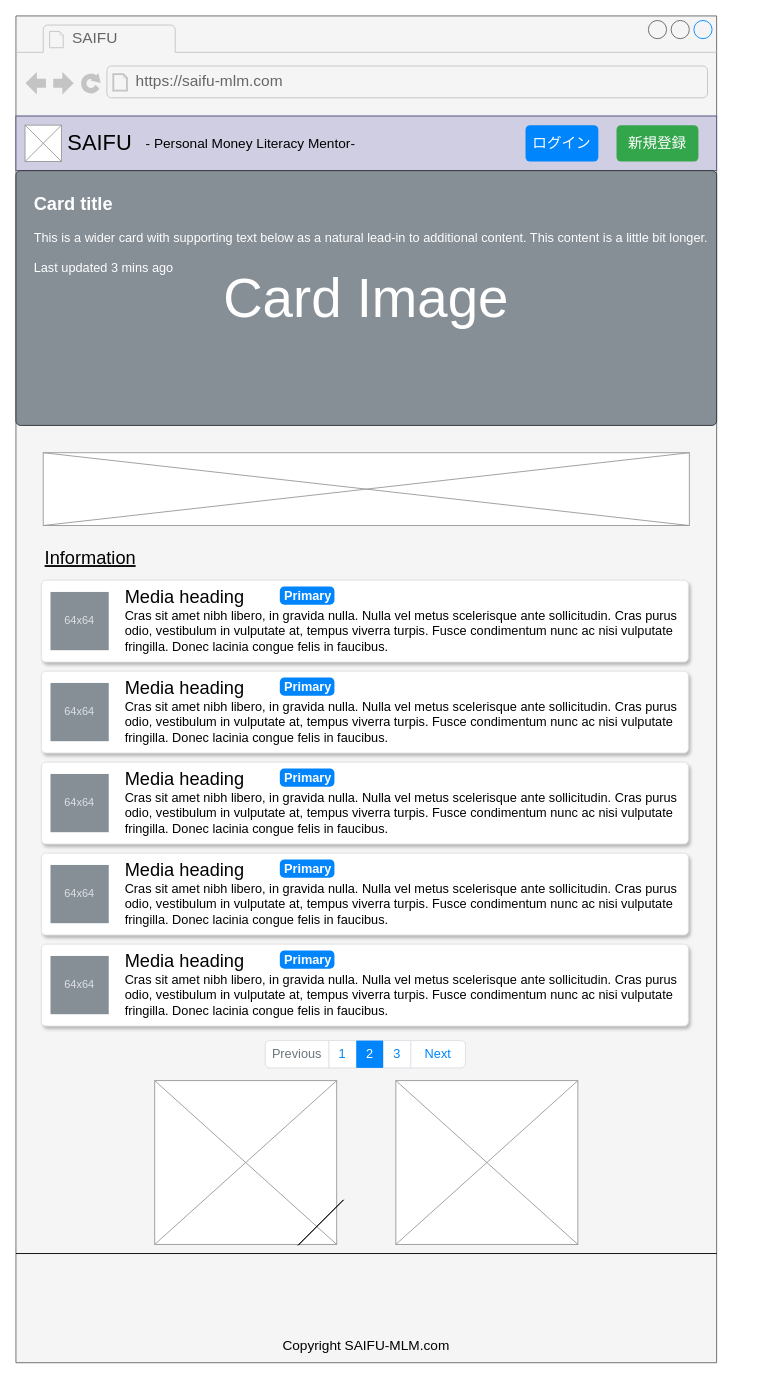
The draw.io diagram page "LandingPage" (5 of 12) of documents/SaifuDesign.drawio in JojiKoike/saifu, before the edit. Source tidied: cells renumbered, new cells numbered last; positions are measured from the earlier drawing's top-left corner, leaving out a move shared by most shapes. Both pictures are drawn from the tidied source at 91%, with x=0, y=0 at pixel (15, 15).
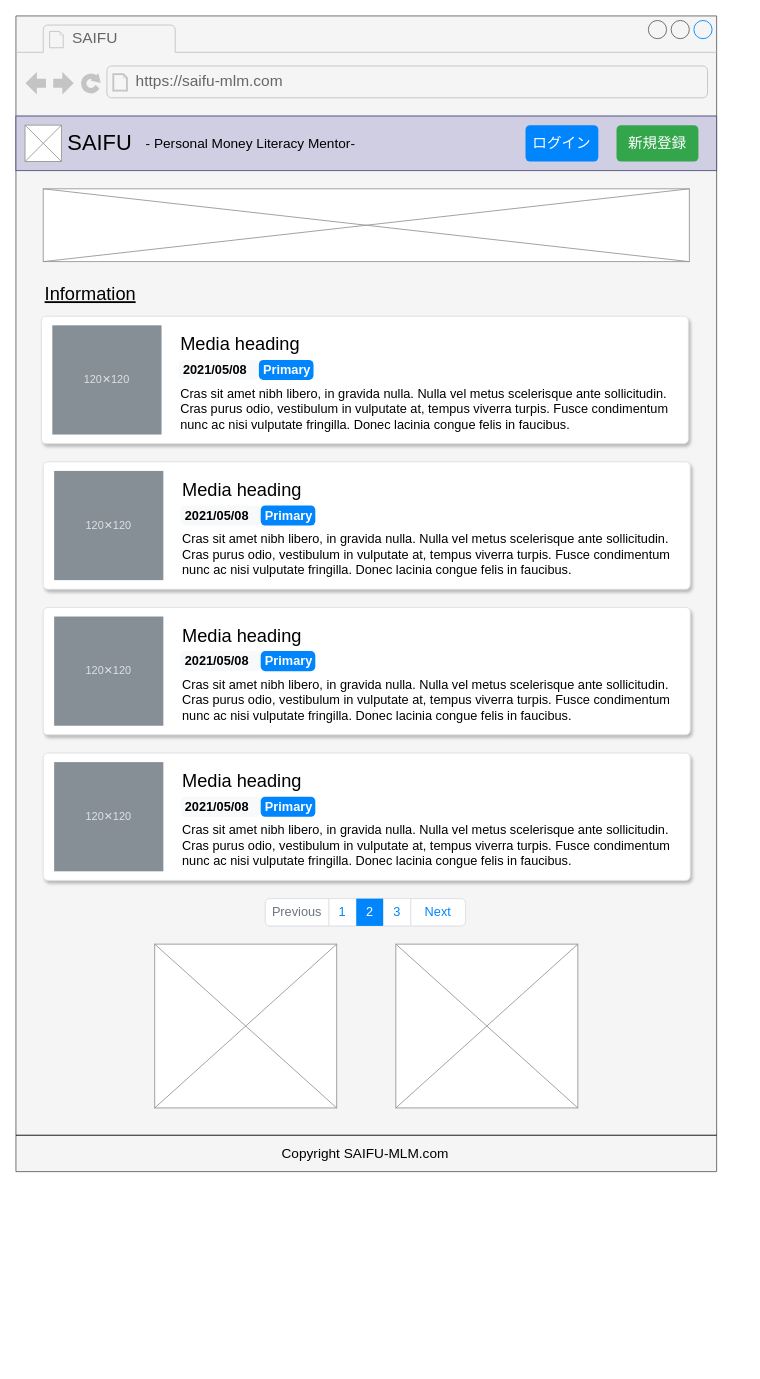
After the change.

What changed in the source:
```diff
@@
     <mxCell id="2" style="strokeWidth=1;shadow=0;dashed=0;align=center;html=1;shape=mxgraph.mockup.containers.browserWindow;rSize=0;strokeColor=#666666;strokeColor2=#008cff;strokeColor3=#c4c4c4;mainText=,;fillColor=#f5f5f5;fontColor=#333333;" parent="1" vertex="1">
-      <mxGeometry width="770" height="1480" as="geometry" />
+      <mxGeometry width="770" height="1270" as="geometry" />
     </mxCell>
@@
     <mxCell id="9" style="html=1;shadow=0;dashed=0;shape=mxgraph.bootstrap.rrect;rSize=5;strokeColor=#DEE2E6;html=1;whiteSpace=wrap;fillColor=#ffffff;fontColor=#0085FC;fontSize=14;" parent="1" vertex="1">
-      <mxGeometry x="274" y="1126" width="220" height="30" as="geometry" />
+      <mxGeometry x="274" y="970" width="220" height="30" as="geometry" />
     </mxCell>
@@
     <mxCell id="15" value="Information" style="text;html=1;strokeColor=none;fillColor=none;align=left;verticalAlign=middle;whiteSpace=wrap;rounded=0;fontColor=#000000;fontSize=20;fontStyle=4;" parent="1" vertex="1">
-      <mxGeometry x="30" y="580" width="280" height="30" as="geometry" />
+      <mxGeometry x="30" y="290" width="280" height="30" as="geometry" />
     </mxCell>
     <mxCell id="16" style="verticalLabelPosition=bottom;shadow=0;dashed=0;align=center;html=1;verticalAlign=top;strokeWidth=1;shape=mxgraph.mockup.graphics.simpleIcon;strokeColor=#999999;fontSize=20;fontColor=#000000;" parent="1" vertex="1">
-      <mxGeometry x="152.5" y="1170" width="200" height="180" as="geometry" />
+      <mxGeometry x="152.5" y="1020" width="200" height="180" as="geometry" />
     </mxCell>
     <mxCell id="17" style="verticalLabelPosition=bottom;shadow=0;dashed=0;align=center;html=1;verticalAlign=top;strokeWidth=1;shape=mxgraph.mockup.graphics.simpleIcon;strokeColor=#999999;fontSize=20;fontColor=#000000;" parent="1" vertex="1">
-      <mxGeometry x="417.5" y="1170" width="200" height="180" as="geometry" />
+      <mxGeometry x="417.5" y="1020" width="200" height="180" as="geometry" />
     </mxCell>
     <mxCell id="18" style="verticalLabelPosition=bottom;shadow=0;dashed=0;align=center;html=1;verticalAlign=top;strokeWidth=1;shape=mxgraph.mockup.graphics.simpleIcon;strokeColor=#999999;fontSize=20;fontColor=#000000;" parent="1" vertex="1">
-      <mxGeometry x="30" y="480" width="710" height="80" as="geometry" />
+      <mxGeometry x="30" y="190" width="710" height="80" as="geometry" />
     </mxCell>
     <mxCell id="19" value="Copyright SAIFU-MLM.com" style="text;html=1;strokeColor=none;fillColor=none;align=center;verticalAlign=middle;whiteSpace=wrap;rounded=0;fontSize=15;fontColor=#000000;" parent="1" vertex="1">
-      <mxGeometry x="272" y="1450" width="226" height="20" as="geometry" />
+      <mxGeometry x="271" y="1240" width="226" height="20" as="geometry" />
     </mxCell>
-    <mxCell id="20" style="endArrow=none;html=1;fontSize=15;fontColor=#000000;" parent="1" edge="1">
-      <mxGeometry relative="1" as="geometry">
-        <mxPoint x="310" y="1351" as="sourcePoint" />
-        <mxPoint x="360" y="1301" as="targetPoint" />
-      </mxGeometry>
-    </mxCell>
-    <mxCell id="21" style="endArrow=none;html=1;fontSize=15;fontColor=#000000;" parent="1" edge="1">
-      <mxGeometry relative="1" as="geometry">
-        <mxPoint x="310" y="1351" as="sourcePoint" />
-        <mxPoint x="360" y="1301" as="targetPoint" />
-      </mxGeometry>
-    </mxCell>
     <mxCell id="22" style="endArrow=none;html=1;fontSize=15;fontColor=#000000;strokeColor=#000000;" parent="1" edge="1">
       <mxGeometry relative="1" as="geometry">
-        <mxPoint y="1360" as="sourcePoint" />
-        <mxPoint x="770" y="1360" as="targetPoint" />
+        <mxPoint y="1230" as="sourcePoint" />
+        <mxPoint x="770" y="1230" as="targetPoint" />
       </mxGeometry>
     </mxCell>
@@
     <mxCell id="24" style="group;" parent="1" vertex="1">
-      <mxGeometry x="28" y="620" width="711" height="90" as="geometry" />
+      <mxGeometry x="28" y="330" width="733" height="160" as="geometry" />
     </mxCell>
     <mxCell id="25" style="html=1;shadow=1;dashed=0;shape=mxgraph.bootstrap.rrect;rSize=5;strokeColor=#DFDFDF;html=1;whiteSpace=wrap;fillColor=#ffffff;fontColor=#000000;verticalAlign=top;align=left;spacing=20;fontSize=14;spacingLeft=170;" parent="24" vertex="1">
-      <mxGeometry width="711" height="90" as="geometry" />
+      <mxGeometry width="711" height="140" as="geometry" />
     </mxCell>
-    <mxCell id="26" value="64x64" style="strokeColor=none;html=1;whiteSpace=wrap;fillColor=#868E96;fontColor=#DEE2E6;" parent="24" vertex="1">
-      <mxGeometry x="10" y="13" width="64" height="64" as="geometry" />
+    <mxCell id="26" value="120✕120" style="strokeColor=none;html=1;whiteSpace=wrap;fillColor=#868E96;fontColor=#DEE2E6;" parent="24" vertex="1">
+      <mxGeometry x="12" y="10" width="120" height="120" as="geometry" />
     </mxCell>
+    <mxCell id="51" value="&lt;font style=&quot;font-size: 20px&quot;&gt;Media heading&lt;/font&gt;" style="strokeColor=none;fillColor=none;fontColor=#000000;perimeter=none;whiteSpace=wrap;align=left;spacing=2;fontSize=14;verticalAlign=top;html=1;" parent="24" vertex="1">
+      <mxGeometry x="151" y="12.4" width="143" height="28.8" as="geometry" />
+    </mxCell>
+    <mxCell id="52" value="2021/05/08" style="html=1;shadow=0;dashed=0;shape=mxgraph.bootstrap.rrect;rSize=5;strokeColor=none;strokeWidth=1;fillColor=#F8F9FA;fontColor=#000000;whiteSpace=wrap;align=left;verticalAlign=middle;spacingLeft=0;fontStyle=1;fontSize=14;spacing=5;" parent="24" vertex="1">
+      <mxGeometry x="151" y="48" width="88" height="22" as="geometry" />
+    </mxCell>
     <mxCell id="27" value="Primary" style="html=1;shadow=0;dashed=0;shape=mxgraph.bootstrap.rrect;rSize=5;strokeColor=none;strokeWidth=1;fillColor=#0085FC;fontColor=#FFFFFF;whiteSpace=wrap;align=left;verticalAlign=middle;spacingLeft=0;fontStyle=1;fontSize=14;spacing=5;" parent="24" vertex="1">
-      <mxGeometry x="262" y="7" width="60" height="20" as="geometry" />
+      <mxGeometry x="239" y="48" width="60" height="22" as="geometry" />
     </mxCell>
-    <mxCell id="28" value="&lt;font style=&quot;font-size: 20px&quot;&gt;Media heading&lt;/font&gt;&lt;br&gt;Cras sit amet nibh libero, in gravida nulla. Nulla vel metus scelerisque ante sollicitudin. Cras purus odio, vestibulum in vulputate at, tempus viverra turpis. Fusce condimentum nunc ac nisi vulputate fringilla. Donec lacinia congue felis in faucibus." style="strokeColor=none;fillColor=none;fontColor=#000000;perimeter=none;whiteSpace=wrap;align=left;spacing=2;fontSize=14;verticalAlign=top;html=1;" parent="24" vertex="1">
-      <mxGeometry x="90" width="621" height="90" as="geometry" />
+    <mxCell id="28" value="Cras sit amet nibh libero, in gravida nulla. Nulla vel metus scelerisque ante sollicitudin. Cras purus odio, vestibulum in vulputate at, tempus viverra turpis. Fusce condimentum nunc ac nisi vulputate fringilla. Donec lacinia congue felis in faucibus." style="strokeColor=none;fillColor=none;fontColor=#000000;perimeter=none;whiteSpace=wrap;align=left;spacing=2;fontSize=14;verticalAlign=top;html=1;" parent="24" vertex="1">
+      <mxGeometry x="151" y="70" width="548" height="49.4" as="geometry" />
     </mxCell>
-    <mxCell id="29" style="group;" parent="1" vertex="1">
-      <mxGeometry x="28" y="720" width="711" height="90" as="geometry" />
-    </mxCell>
-    <mxCell id="30" style="html=1;shadow=1;dashed=0;shape=mxgraph.bootstrap.rrect;rSize=5;strokeColor=#DFDFDF;html=1;whiteSpace=wrap;fillColor=#ffffff;fontColor=#000000;verticalAlign=top;align=left;spacing=20;fontSize=14;spacingLeft=170;" parent="29" vertex="1">
-      <mxGeometry width="711" height="90" as="geometry" />
-    </mxCell>
-    <mxCell id="31" value="64x64" style="strokeColor=none;html=1;whiteSpace=wrap;fillColor=#868E96;fontColor=#DEE2E6;" parent="29" vertex="1">
-      <mxGeometry x="10" y="13" width="64" height="64" as="geometry" />
-    </mxCell>
-    <mxCell id="32" value="Primary" style="html=1;shadow=0;dashed=0;shape=mxgraph.bootstrap.rrect;rSize=5;strokeColor=none;strokeWidth=1;fillColor=#0085FC;fontColor=#FFFFFF;whiteSpace=wrap;align=left;verticalAlign=middle;spacingLeft=0;fontStyle=1;fontSize=14;spacing=5;" parent="29" vertex="1">
-      <mxGeometry x="262" y="7" width="60" height="20" as="geometry" />
-    </mxCell>
-    <mxCell id="33" value="&lt;font style=&quot;font-size: 20px&quot;&gt;Media heading&lt;/font&gt;&lt;br&gt;Cras sit amet nibh libero, in gravida nulla. Nulla vel metus scelerisque ante sollicitudin. Cras purus odio, vestibulum in vulputate at, tempus viverra turpis. Fusce condimentum nunc ac nisi vulputate fringilla. Donec lacinia congue felis in faucibus." style="strokeColor=none;fillColor=none;fontColor=#000000;perimeter=none;whiteSpace=wrap;align=left;spacing=2;fontSize=14;verticalAlign=top;html=1;" parent="29" vertex="1">
-      <mxGeometry x="90" width="621" height="90" as="geometry" />
-    </mxCell>
-    <mxCell id="34" style="group;" parent="1" vertex="1">
-      <mxGeometry x="28" y="820" width="711" height="90" as="geometry" />
-    </mxCell>
-    <mxCell id="35" style="html=1;shadow=1;dashed=0;shape=mxgraph.bootstrap.rrect;rSize=5;strokeColor=#DFDFDF;html=1;whiteSpace=wrap;fillColor=#ffffff;fontColor=#000000;verticalAlign=top;align=left;spacing=20;fontSize=14;spacingLeft=170;" parent="34" vertex="1">
-      <mxGeometry width="711" height="90" as="geometry" />
-    </mxCell>
-    <mxCell id="36" value="64x64" style="strokeColor=none;html=1;whiteSpace=wrap;fillColor=#868E96;fontColor=#DEE2E6;" parent="34" vertex="1">
-      <mxGeometry x="10" y="13" width="64" height="64" as="geometry" />
-    </mxCell>
-    <mxCell id="37" value="Primary" style="html=1;shadow=0;dashed=0;shape=mxgraph.bootstrap.rrect;rSize=5;strokeColor=none;strokeWidth=1;fillColor=#0085FC;fontColor=#FFFFFF;whiteSpace=wrap;align=left;verticalAlign=middle;spacingLeft=0;fontStyle=1;fontSize=14;spacing=5;" parent="34" vertex="1">
-      <mxGeometry x="262" y="7" width="60" height="20" as="geometry" />
-    </mxCell>
-    <mxCell id="38" value="&lt;font style=&quot;font-size: 20px&quot;&gt;Media heading&lt;/font&gt;&lt;br&gt;Cras sit amet nibh libero, in gravida nulla. Nulla vel metus scelerisque ante sollicitudin. Cras purus odio, vestibulum in vulputate at, tempus viverra turpis. Fusce condimentum nunc ac nisi vulputate fringilla. Donec lacinia congue felis in faucibus." style="strokeColor=none;fillColor=none;fontColor=#000000;perimeter=none;whiteSpace=wrap;align=left;spacing=2;fontSize=14;verticalAlign=top;html=1;" parent="34" vertex="1">
-      <mxGeometry x="90" width="621" height="90" as="geometry" />
-    </mxCell>
-    <mxCell id="39" style="group;" parent="1" vertex="1">
-      <mxGeometry x="28" y="920" width="711" height="90" as="geometry" />
-    </mxCell>
-    <mxCell id="40" style="html=1;shadow=1;dashed=0;shape=mxgraph.bootstrap.rrect;rSize=5;strokeColor=#DFDFDF;html=1;whiteSpace=wrap;fillColor=#ffffff;fontColor=#000000;verticalAlign=top;align=left;spacing=20;fontSize=14;spacingLeft=170;" parent="39" vertex="1">
-      <mxGeometry width="711" height="90" as="geometry" />
-    </mxCell>
-    <mxCell id="41" value="64x64" style="strokeColor=none;html=1;whiteSpace=wrap;fillColor=#868E96;fontColor=#DEE2E6;" parent="39" vertex="1">
-      <mxGeometry x="10" y="13" width="64" height="64" as="geometry" />
-    </mxCell>
-    <mxCell id="42" value="Primary" style="html=1;shadow=0;dashed=0;shape=mxgraph.bootstrap.rrect;rSize=5;strokeColor=none;strokeWidth=1;fillColor=#0085FC;fontColor=#FFFFFF;whiteSpace=wrap;align=left;verticalAlign=middle;spacingLeft=0;fontStyle=1;fontSize=14;spacing=5;" parent="39" vertex="1">
-      <mxGeometry x="262" y="7" width="60" height="20" as="geometry" />
-    </mxCell>
-    <mxCell id="43" value="&lt;font style=&quot;font-size: 20px&quot;&gt;Media heading&lt;/font&gt;&lt;br&gt;Cras sit amet nibh libero, in gravida nulla. Nulla vel metus scelerisque ante sollicitudin. Cras purus odio, vestibulum in vulputate at, tempus viverra turpis. Fusce condimentum nunc ac nisi vulputate fringilla. Donec lacinia congue felis in faucibus." style="strokeColor=none;fillColor=none;fontColor=#000000;perimeter=none;whiteSpace=wrap;align=left;spacing=2;fontSize=14;verticalAlign=top;html=1;" parent="39" vertex="1">
-      <mxGeometry x="90" width="621" height="90" as="geometry" />
-    </mxCell>
-    <mxCell id="44" style="group;" parent="1" vertex="1">
-      <mxGeometry x="28" y="1020" width="711" height="90" as="geometry" />
-    </mxCell>
-    <mxCell id="45" style="html=1;shadow=1;dashed=0;shape=mxgraph.bootstrap.rrect;rSize=5;strokeColor=#DFDFDF;html=1;whiteSpace=wrap;fillColor=#ffffff;fontColor=#000000;verticalAlign=top;align=left;spacing=20;fontSize=14;spacingLeft=170;" parent="44" vertex="1">
-      <mxGeometry width="711" height="90" as="geometry" />
-    </mxCell>
-    <mxCell id="46" value="64x64" style="strokeColor=none;html=1;whiteSpace=wrap;fillColor=#868E96;fontColor=#DEE2E6;" parent="44" vertex="1">
-      <mxGeometry x="10" y="13" width="64" height="64" as="geometry" />
-    </mxCell>
-    <mxCell id="47" value="Primary" style="html=1;shadow=0;dashed=0;shape=mxgraph.bootstrap.rrect;rSize=5;strokeColor=none;strokeWidth=1;fillColor=#0085FC;fontColor=#FFFFFF;whiteSpace=wrap;align=left;verticalAlign=middle;spacingLeft=0;fontStyle=1;fontSize=14;spacing=5;" parent="44" vertex="1">
-      <mxGeometry x="262" y="7" width="60" height="20" as="geometry" />
-    </mxCell>
-    <mxCell id="48" value="&lt;font style=&quot;font-size: 20px&quot;&gt;Media heading&lt;/font&gt;&lt;br&gt;Cras sit amet nibh libero, in gravida nulla. Nulla vel metus scelerisque ante sollicitudin. Cras purus odio, vestibulum in vulputate at, tempus viverra turpis. Fusce condimentum nunc ac nisi vulputate fringilla. Donec lacinia congue felis in faucibus." style="strokeColor=none;fillColor=none;fontColor=#000000;perimeter=none;whiteSpace=wrap;align=left;spacing=2;fontSize=14;verticalAlign=top;html=1;" parent="44" vertex="1">
-      <mxGeometry x="90" width="621" height="90" as="geometry" />
-    </mxCell>
-    <mxCell id="49" value="Card Image" style="html=1;shadow=0;dashed=0;shape=mxgraph.bootstrap.rrect;rSize=5;strokeColor=#2D3338;html=1;whiteSpace=wrap;fillColor=#868E96;fontColor=#ffffff;verticalAlign=middle;align=center;spacing=20;fontSize=60;" parent="1" vertex="1">
-      <mxGeometry y="170" width="770" height="280" as="geometry" />
-    </mxCell>
-    <mxCell id="50" value="&lt;b&gt;&lt;font style=&quot;font-size: 20px&quot;&gt;Card title&lt;/font&gt;&lt;/b&gt;&lt;br&gt;&lt;br&gt;This is a wider card with supporting text below as a natural lead-in to additional content. This content is a little bit longer.&lt;br&gt;&lt;br&gt;Last updated 3 mins ago" style="fillColor=none;strokeColor=none;fontColor=#ffffff;html=1;verticalAlign=top;align=left;spacing=20;fontSize=14;" parent="49" vertex="1">
-      <mxGeometry width="800" height="120" relative="1" as="geometry" />
-    </mxCell>
+    <mxCell id="53" style="group;" parent="1" vertex="1">
+      <mxGeometry x="30" y="490" width="733" height="160" as="geometry" />
+    </mxCell>
+    <mxCell id="54" style="html=1;shadow=1;dashed=0;shape=mxgraph.bootstrap.rrect;rSize=5;strokeColor=#DFDFDF;html=1;whiteSpace=wrap;fillColor=#ffffff;fontColor=#000000;verticalAlign=top;align=left;spacing=20;fontSize=14;spacingLeft=170;" parent="53" vertex="1">
+      <mxGeometry width="711" height="140" as="geometry" />
+    </mxCell>
+    <mxCell id="55" value="120✕120" style="strokeColor=none;html=1;whiteSpace=wrap;fillColor=#868E96;fontColor=#DEE2E6;" parent="53" vertex="1">
+      <mxGeometry x="12" y="10" width="120" height="120" as="geometry" />
+    </mxCell>
+    <mxCell id="56" value="&lt;font style=&quot;font-size: 20px&quot;&gt;Media heading&lt;/font&gt;" style="strokeColor=none;fillColor=none;fontColor=#000000;perimeter=none;whiteSpace=wrap;align=left;spacing=2;fontSize=14;verticalAlign=top;html=1;" parent="53" vertex="1">
+      <mxGeometry x="151" y="12.4" width="143" height="28.8" as="geometry" />
+    </mxCell>
+    <mxCell id="57" value="2021/05/08" style="html=1;shadow=0;dashed=0;shape=mxgraph.bootstrap.rrect;rSize=5;strokeColor=none;strokeWidth=1;fillColor=#F8F9FA;fontColor=#000000;whiteSpace=wrap;align=left;verticalAlign=middle;spacingLeft=0;fontStyle=1;fontSize=14;spacing=5;" parent="53" vertex="1">
+      <mxGeometry x="151" y="48" width="88" height="22" as="geometry" />
+    </mxCell>
+    <mxCell id="58" value="Primary" style="html=1;shadow=0;dashed=0;shape=mxgraph.bootstrap.rrect;rSize=5;strokeColor=none;strokeWidth=1;fillColor=#0085FC;fontColor=#FFFFFF;whiteSpace=wrap;align=left;verticalAlign=middle;spacingLeft=0;fontStyle=1;fontSize=14;spacing=5;" parent="53" vertex="1">
+      <mxGeometry x="239" y="48" width="60" height="22" as="geometry" />
+    </mxCell>
+    <mxCell id="59" value="Cras sit amet nibh libero, in gravida nulla. Nulla vel metus scelerisque ante sollicitudin. Cras purus odio, vestibulum in vulputate at, tempus viverra turpis. Fusce condimentum nunc ac nisi vulputate fringilla. Donec lacinia congue felis in faucibus." style="strokeColor=none;fillColor=none;fontColor=#000000;perimeter=none;whiteSpace=wrap;align=left;spacing=2;fontSize=14;verticalAlign=top;html=1;" parent="53" vertex="1">
+      <mxGeometry x="151" y="70" width="548" height="49.4" as="geometry" />
+    </mxCell>
+    <mxCell id="60" style="group;" parent="1" vertex="1">
+      <mxGeometry x="30" y="870" width="733" height="160" as="geometry" />
+    </mxCell>
+    <mxCell id="61" style="html=1;shadow=1;dashed=0;shape=mxgraph.bootstrap.rrect;rSize=5;strokeColor=#DFDFDF;html=1;whiteSpace=wrap;fillColor=#ffffff;fontColor=#000000;verticalAlign=top;align=left;spacing=20;fontSize=14;spacingLeft=170;" parent="60" vertex="1">
+      <mxGeometry y="-220" width="711" height="140" as="geometry" />
+    </mxCell>
+    <mxCell id="62" value="120✕120" style="strokeColor=none;html=1;whiteSpace=wrap;fillColor=#868E96;fontColor=#DEE2E6;" parent="60" vertex="1">
+      <mxGeometry x="12" y="-210" width="120" height="120" as="geometry" />
+    </mxCell>
+    <mxCell id="63" value="&lt;font style=&quot;font-size: 20px&quot;&gt;Media heading&lt;/font&gt;" style="strokeColor=none;fillColor=none;fontColor=#000000;perimeter=none;whiteSpace=wrap;align=left;spacing=2;fontSize=14;verticalAlign=top;html=1;" parent="60" vertex="1">
+      <mxGeometry x="151" y="-207.6" width="143" height="28.8" as="geometry" />
+    </mxCell>
+    <mxCell id="64" value="2021/05/08" style="html=1;shadow=0;dashed=0;shape=mxgraph.bootstrap.rrect;rSize=5;strokeColor=none;strokeWidth=1;fillColor=#F8F9FA;fontColor=#000000;whiteSpace=wrap;align=left;verticalAlign=middle;spacingLeft=0;fontStyle=1;fontSize=14;spacing=5;" parent="60" vertex="1">
+      <mxGeometry x="151" y="-172" width="88" height="22" as="geometry" />
+    </mxCell>
+    <mxCell id="65" value="Primary" style="html=1;shadow=0;dashed=0;shape=mxgraph.bootstrap.rrect;rSize=5;strokeColor=none;strokeWidth=1;fillColor=#0085FC;fontColor=#FFFFFF;whiteSpace=wrap;align=left;verticalAlign=middle;spacingLeft=0;fontStyle=1;fontSize=14;spacing=5;" parent="60" vertex="1">
+      <mxGeometry x="239" y="-172" width="60" height="22" as="geometry" />
+    </mxCell>
+    <mxCell id="66" value="Cras sit amet nibh libero, in gravida nulla. Nulla vel metus scelerisque ante sollicitudin. Cras purus odio, vestibulum in vulputate at, tempus viverra turpis. Fusce condimentum nunc ac nisi vulputate fringilla. Donec lacinia congue felis in faucibus." style="strokeColor=none;fillColor=none;fontColor=#000000;perimeter=none;whiteSpace=wrap;align=left;spacing=2;fontSize=14;verticalAlign=top;html=1;" parent="60" vertex="1">
+      <mxGeometry x="151" y="-150" width="548" height="49.4" as="geometry" />
+    </mxCell>
+    <mxCell id="67" style="html=1;shadow=1;dashed=0;shape=mxgraph.bootstrap.rrect;rSize=5;strokeColor=#DFDFDF;html=1;whiteSpace=wrap;fillColor=#ffffff;fontColor=#000000;verticalAlign=top;align=left;spacing=20;fontSize=14;spacingLeft=170;" parent="1" vertex="1">
+      <mxGeometry x="30" y="810" width="711" height="140" as="geometry" />
+    </mxCell>
+    <mxCell id="68" value="120✕120" style="strokeColor=none;html=1;whiteSpace=wrap;fillColor=#868E96;fontColor=#DEE2E6;" parent="1" vertex="1">
+      <mxGeometry x="42" y="820" width="120" height="120" as="geometry" />
+    </mxCell>
+    <mxCell id="69" value="&lt;font style=&quot;font-size: 20px&quot;&gt;Media heading&lt;/font&gt;" style="strokeColor=none;fillColor=none;fontColor=#000000;perimeter=none;whiteSpace=wrap;align=left;spacing=2;fontSize=14;verticalAlign=top;html=1;" parent="1" vertex="1">
+      <mxGeometry x="181" y="822.4" width="143" height="28.8" as="geometry" />
+    </mxCell>
+    <mxCell id="70" value="2021/05/08" style="html=1;shadow=0;dashed=0;shape=mxgraph.bootstrap.rrect;rSize=5;strokeColor=none;strokeWidth=1;fillColor=#F8F9FA;fontColor=#000000;whiteSpace=wrap;align=left;verticalAlign=middle;spacingLeft=0;fontStyle=1;fontSize=14;spacing=5;" parent="1" vertex="1">
+      <mxGeometry x="181" y="858" width="88" height="22" as="geometry" />
+    </mxCell>
+    <mxCell id="71" value="Primary" style="html=1;shadow=0;dashed=0;shape=mxgraph.bootstrap.rrect;rSize=5;strokeColor=none;strokeWidth=1;fillColor=#0085FC;fontColor=#FFFFFF;whiteSpace=wrap;align=left;verticalAlign=middle;spacingLeft=0;fontStyle=1;fontSize=14;spacing=5;" parent="1" vertex="1">
+      <mxGeometry x="269" y="858" width="60" height="22" as="geometry" />
+    </mxCell>
+    <mxCell id="72" value="Cras sit amet nibh libero, in gravida nulla. Nulla vel metus scelerisque ante sollicitudin. Cras purus odio, vestibulum in vulputate at, tempus viverra turpis. Fusce condimentum nunc ac nisi vulputate fringilla. Donec lacinia congue felis in faucibus." style="strokeColor=none;fillColor=none;fontColor=#000000;perimeter=none;whiteSpace=wrap;align=left;spacing=2;fontSize=14;verticalAlign=top;html=1;" parent="1" vertex="1">
+      <mxGeometry x="181" y="880" width="548" height="49.4" as="geometry" />
+    </mxCell>
```
